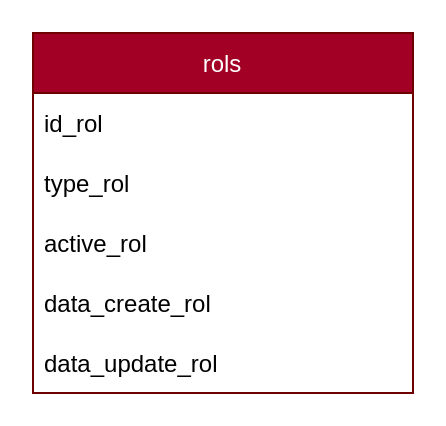
Before: page "rols" (4 of 5) of data/tablas.drawio in David-Coach-Dev/Api-Deliveries, a draw.io diagram. Source tidied: cells renumbered, new cells numbered last; positions are measured from the earlier drawing's top-left corner, leaving out a move shared by most shapes. Both pictures are drawn from the tidied source at 200%, with x=0, y=0 at pixel (32, 32).
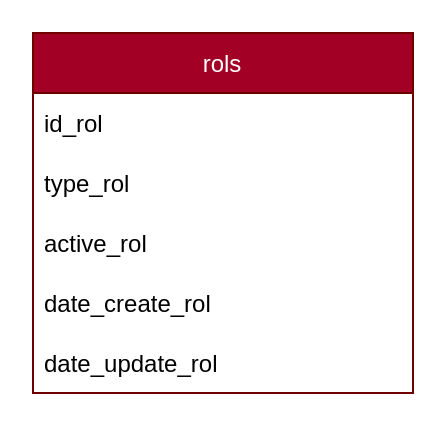
The same diagram, later.

Change to the diagram source:
```diff
@@
 <mxGraphModel>
   <root>
     <mxCell id="0" />
     <mxCell id="1" parent="0" />
     <mxCell id="2" value="rols" style="swimlane;fontStyle=0;horizontal=1;startSize=30;fillColor=#a20025;fontColor=#ffffff;strokeColor=#6F0000;" parent="1" vertex="1">
       <mxGeometry width="190" height="180" as="geometry" />
     </mxCell>
     <mxCell id="3" value="id_rol" style="text;strokeColor=none;fillColor=none;align=left;verticalAlign=middle;spacingLeft=4;spacingRight=4;overflow=hidden;" parent="2" vertex="1">
       <mxGeometry y="30" width="190" height="30" as="geometry" />
     </mxCell>
     <mxCell id="4" value="type_rol" style="text;strokeColor=none;fillColor=none;align=left;verticalAlign=middle;spacingLeft=4;spacingRight=4;overflow=hidden;" parent="2" vertex="1">
       <mxGeometry y="60" width="190" height="30" as="geometry" />
     </mxCell>
     <mxCell id="5" value="active_rol" style="text;strokeColor=none;fillColor=none;align=left;verticalAlign=middle;spacingLeft=4;spacingRight=4;overflow=hidden;" parent="2" vertex="1">
       <mxGeometry y="90" width="190" height="30" as="geometry" />
     </mxCell>
-    <mxCell id="6" value="data_create_rol" style="text;strokeColor=none;fillColor=none;align=left;verticalAlign=middle;spacingLeft=4;spacingRight=4;overflow=hidden;" parent="2" vertex="1">
+    <mxCell id="6" value="date_create_rol" style="text;strokeColor=none;fillColor=none;align=left;verticalAlign=middle;spacingLeft=4;spacingRight=4;overflow=hidden;" parent="2" vertex="1">
       <mxGeometry y="120" width="190" height="30" as="geometry" />
     </mxCell>
-    <mxCell id="7" value="data_update_rol" style="text;strokeColor=none;fillColor=none;align=left;verticalAlign=middle;spacingLeft=4;spacingRight=4;overflow=hidden;" parent="2" vertex="1">
+    <mxCell id="7" value="date_update_rol" style="text;strokeColor=none;fillColor=none;align=left;verticalAlign=middle;spacingLeft=4;spacingRight=4;overflow=hidden;" parent="2" vertex="1">
       <mxGeometry y="150" width="190" height="30" as="geometry" />
     </mxCell>
   </root>
 </mxGraphModel>
```
